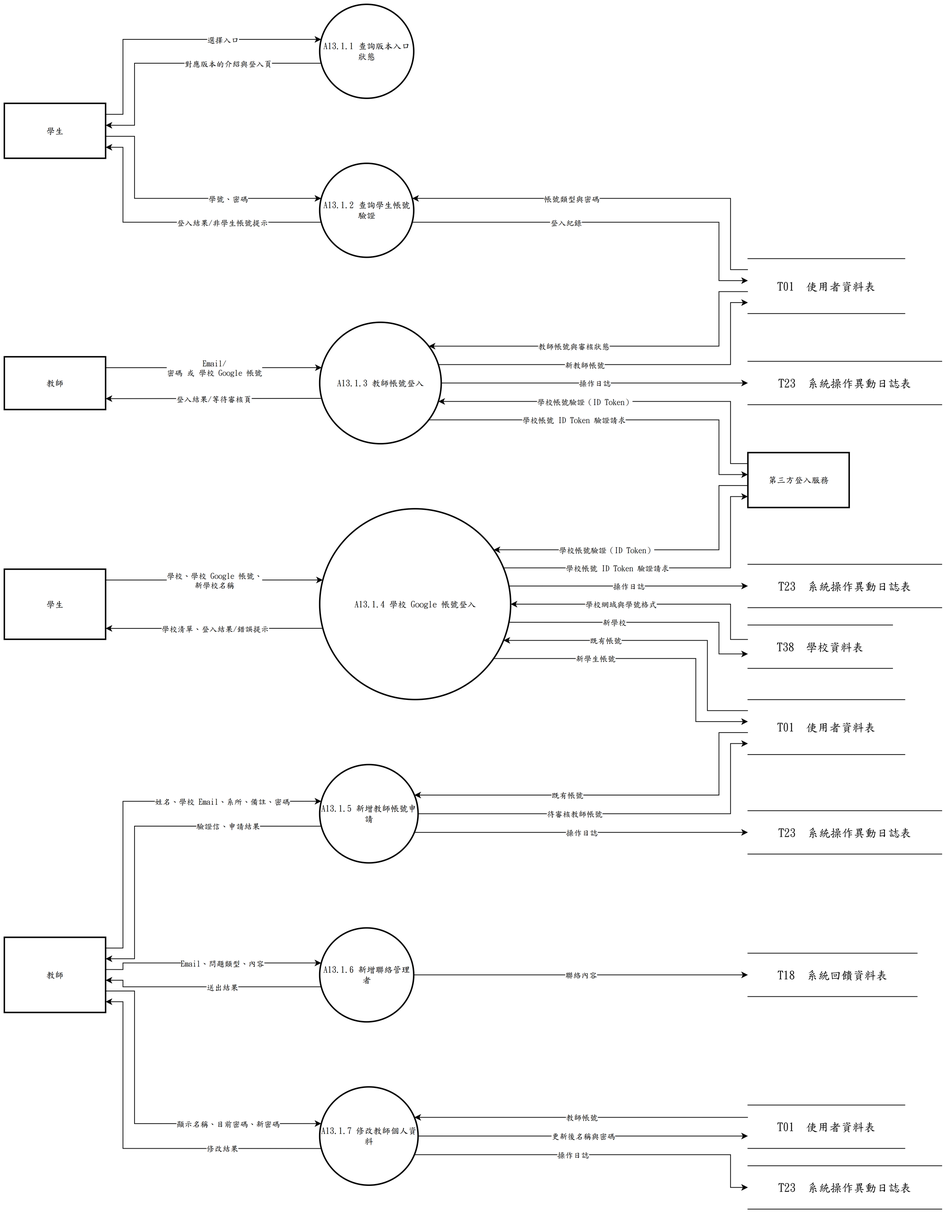
Above: 系統文件/第6章/DFD圖/圖13/圖13-1.drawio.png in s22452007/115502 (draw.io), before the change. Source tidied: cells renumbered, new cells last; positions are measured from the earlier drawing's top-left corner, leaving out a move shared by most shapes.
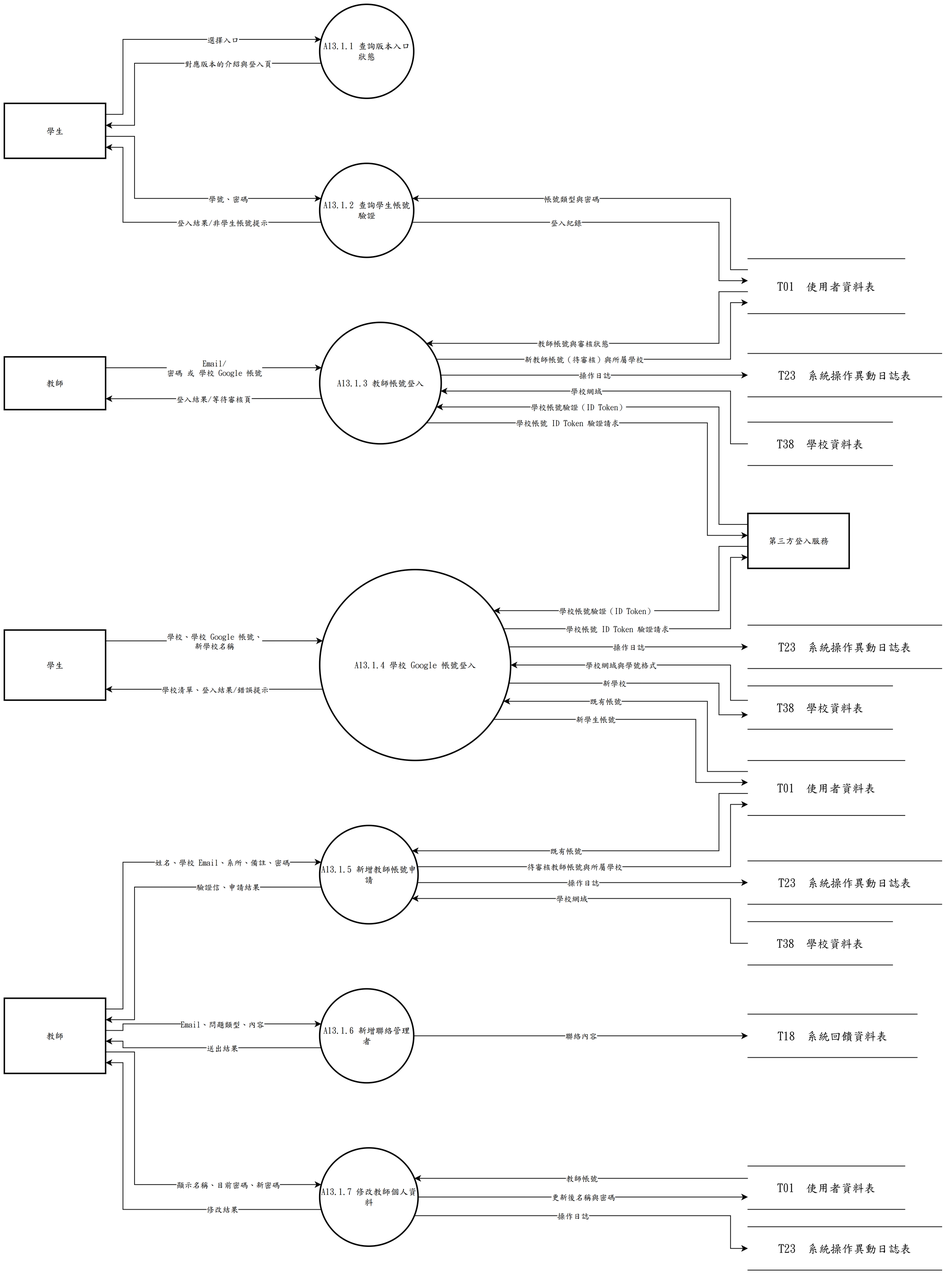
The same file after the commit.

Diff of the diagram source:
```diff
@@ -3,13 +3,13 @@
     <mxCell id="0" />
     <mxCell id="1" parent="0" />
     <mxCell id="2" value="A13.1.1 查詢版本入口狀態" style="ellipse;strokeWidth=2;whiteSpace=wrap;html=1;fontFamily=標楷體;" parent="1" vertex="1">
-      <mxGeometry x="436" width="130" height="130" as="geometry" />
+      <mxGeometry x="436" y="-84" width="130" height="130" as="geometry" />
     </mxCell>
     <mxCell id="3" value="A13.1.2 查詢學生帳號驗證" style="ellipse;strokeWidth=2;whiteSpace=wrap;html=1;fontFamily=標楷體;" parent="1" vertex="1">
-      <mxGeometry x="436" y="220" width="130" height="130" as="geometry" />
+      <mxGeometry x="436" y="136" width="130" height="130" as="geometry" />
     </mxCell>
     <mxCell id="4" value="A13.1.3 教師帳號登入" style="ellipse;strokeWidth=2;whiteSpace=wrap;html=1;fontFamily=標楷體;" parent="1" vertex="1">
-      <mxGeometry x="436" y="440" width="168" height="168" as="geometry" />
+      <mxGeometry x="436" y="356" width="168" height="168" as="geometry" />
     </mxCell>
     <mxCell id="5" value="A13.1.4 學校 Google 帳號登入" style="ellipse;strokeWidth=2;whiteSpace=wrap;html=1;fontFamily=標楷體;" parent="1" vertex="1">
       <mxGeometry x="436" y="698" width="264" height="264" as="geometry" />
@@ -24,10 +24,10 @@
       <mxGeometry x="436" y="1498" width="136" height="136" as="geometry" />
     </mxCell>
     <mxCell id="9" value="學生" style="whiteSpace=wrap;strokeWidth=2;html=1;fontFamily=標楷體;" parent="1" vertex="1">
-      <mxGeometry y="137" width="140" height="76" as="geometry" />
+      <mxGeometry y="53" width="140" height="76" as="geometry" />
     </mxCell>
     <mxCell id="10" value="教師" style="whiteSpace=wrap;strokeWidth=2;html=1;fontFamily=標楷體;" parent="1" vertex="1">
-      <mxGeometry y="487.7" width="140" height="73" as="geometry" />
+      <mxGeometry y="403.7" width="140" height="73" as="geometry" />
     </mxCell>
     <mxCell id="11" value="學生" style="whiteSpace=wrap;strokeWidth=2;html=1;fontFamily=標楷體;" parent="1" vertex="1">
       <mxGeometry y="781.6" width="140" height="97" as="geometry" />
@@ -36,7 +36,7 @@
       <mxGeometry y="1291" width="140" height="104" as="geometry" />
     </mxCell>
     <mxCell id="13" value="T01  使用者資料表" style="shape=partialRectangle;whiteSpace=wrap;html=1;left=0;right=0;fontFamily=標楷體;fontSize=16;" parent="1" vertex="1">
-      <mxGeometry x="1028" y="351.9" width="217" height="76" as="geometry" />
+      <mxGeometry x="1028" y="267.9" width="217" height="76" as="geometry" />
     </mxCell>
     <mxCell id="14" value="第三方登入服務" style="whiteSpace=wrap;strokeWidth=2;html=1;fontFamily=標楷體;" parent="1" vertex="1">
       <mxGeometry x="1028" y="620.3" width="140" height="76" as="geometry" />
@@ -45,16 +45,22 @@
       <mxGeometry x="1028" y="774.9" width="268" height="60" as="geometry" />
     </mxCell>
     <mxCell id="16" value="T23  系統操作異動日誌表" style="shape=partialRectangle;whiteSpace=wrap;html=1;left=0;right=0;fontFamily=標楷體;fontSize=16;" parent="1" vertex="1">
-      <mxGeometry x="1028" y="494" width="268" height="60" as="geometry" />
+      <mxGeometry x="1028" y="399" width="268" height="60" as="geometry" />
     </mxCell>
     <mxCell id="17" value="T38  學校資料表" style="shape=partialRectangle;whiteSpace=wrap;html=1;left=0;right=0;fontFamily=標楷體;fontSize=16;" parent="1" vertex="1">
       <mxGeometry x="1028" y="858.9" width="200" height="60" as="geometry" />
     </mxCell>
+    <mxCell id="93" value="T38  學校資料表" style="shape=partialRectangle;whiteSpace=wrap;html=1;left=0;right=0;fontFamily=標楷體;fontSize=16;" parent="1" vertex="1">
+      <mxGeometry x="1028" y="1185" width="200" height="60" as="geometry" />
+    </mxCell>
+    <mxCell id="94" value="T38  學校資料表" style="shape=partialRectangle;whiteSpace=wrap;html=1;left=0;right=0;fontFamily=標楷體;fontSize=16;" parent="1" vertex="1">
+      <mxGeometry x="1028" y="494" width="200" height="60" as="geometry" />
+    </mxCell>
     <mxCell id="18" value="T01  使用者資料表" style="shape=partialRectangle;whiteSpace=wrap;html=1;left=0;right=0;fontFamily=標楷體;fontSize=16;" parent="1" vertex="1">
       <mxGeometry x="1028" y="962.1" width="217" height="76" as="geometry" />
     </mxCell>
     <mxCell id="19" value="T23  系統操作異動日誌表" style="shape=partialRectangle;whiteSpace=wrap;html=1;left=0;right=0;fontFamily=標楷體;fontSize=16;" parent="1" vertex="1">
-      <mxGeometry x="1028" y="1115.8" width="268" height="60" as="geometry" />
+      <mxGeometry x="1028" y="1101" width="268" height="60" as="geometry" />
     </mxCell>
     <mxCell id="20" value="T18  系統回饋資料表" style="shape=partialRectangle;whiteSpace=wrap;html=1;left=0;right=0;fontFamily=標楷體;fontSize=16;" parent="1" vertex="1">
       <mxGeometry x="1028" y="1313" width="234" height="60" as="geometry" />
@@ -68,8 +74,8 @@
     <mxCell id="23" style="edgeStyle=none;rounded=0;html=1;fontFamily=標楷體;endArrow=classic;exitX=1.0000;exitY=0.2000;exitDx=0;exitDy=0;exitPerimeter=0;entryX=0.0163;entryY=0.3733;entryDx=0;entryDy=0;entryPerimeter=0;" parent="1" edge="1" source="9" target="2">
       <mxGeometry relative="1" as="geometry">
         <Array as="points">
-          <mxPoint x="164" y="152.2" />
-          <mxPoint x="164" y="48.5" />
+          <mxPoint x="164" y="68.2" />
+          <mxPoint x="164" y="-35.5" />
         </Array>
       </mxGeometry>
     </mxCell>
@@ -79,8 +85,8 @@
     <mxCell id="25" style="edgeStyle=none;rounded=0;html=1;fontFamily=標楷體;endArrow=classic;exitX=0.0163;exitY=0.6267;exitDx=0;exitDy=0;exitPerimeter=0;entryX=1.0000;entryY=0.4000;entryDx=0;entryDy=0;entryPerimeter=0;" parent="1" edge="1" source="2" target="9">
       <mxGeometry relative="1" as="geometry">
         <Array as="points">
-          <mxPoint x="180" y="81.5" />
-          <mxPoint x="180" y="167.4" />
+          <mxPoint x="180" y="-2.5" />
+          <mxPoint x="180" y="83.4" />
         </Array>
       </mxGeometry>
     </mxCell>
@@ -90,8 +96,8 @@
     <mxCell id="27" style="edgeStyle=none;rounded=0;html=1;fontFamily=標楷體;endArrow=classic;exitX=1.0000;exitY=0.6000;exitDx=0;exitDy=0;exitPerimeter=0;entryX=0.0163;entryY=0.3733;entryDx=0;entryDy=0;entryPerimeter=0;" parent="1" edge="1" source="9" target="3">
       <mxGeometry relative="1" as="geometry">
         <Array as="points">
-          <mxPoint x="180" y="182.6" />
-          <mxPoint x="180" y="268.5" />
+          <mxPoint x="180" y="98.6" />
+          <mxPoint x="180" y="184.5" />
         </Array>
       </mxGeometry>
     </mxCell>
@@ -101,8 +107,8 @@
     <mxCell id="29" style="edgeStyle=none;rounded=0;html=1;fontFamily=標楷體;endArrow=classic;exitX=0.0000;exitY=0.2000;exitDx=0;exitDy=0;exitPerimeter=0;entryX=0.9837;entryY=0.3733;entryDx=0;entryDy=0;entryPerimeter=0;" parent="1" edge="1" source="13" target="3">
       <mxGeometry relative="1" as="geometry">
         <Array as="points">
-          <mxPoint x="1004" y="367.1" />
-          <mxPoint x="1004" y="268.5" />
+          <mxPoint x="1004" y="283.1" />
+          <mxPoint x="1004" y="184.5" />
         </Array>
       </mxGeometry>
     </mxCell>
@@ -112,8 +118,8 @@
     <mxCell id="31" style="edgeStyle=none;rounded=0;html=1;fontFamily=標楷體;endArrow=classic;exitX=0.0163;exitY=0.6267;exitDx=0;exitDy=0;exitPerimeter=0;entryX=1.0000;entryY=0.8000;entryDx=0;entryDy=0;entryPerimeter=0;" parent="1" edge="1" source="3" target="9">
       <mxGeometry relative="1" as="geometry">
         <Array as="points">
-          <mxPoint x="164" y="301.5" />
-          <mxPoint x="164" y="197.8" />
+          <mxPoint x="164" y="217.5" />
+          <mxPoint x="164" y="113.8" />
         </Array>
       </mxGeometry>
     </mxCell>
@@ -123,8 +129,8 @@
     <mxCell id="33" style="edgeStyle=none;rounded=0;html=1;fontFamily=標楷體;endArrow=classic;exitX=0.9837;exitY=0.6267;exitDx=0;exitDy=0;exitPerimeter=0;entryX=0.0000;entryY=0.4000;entryDx=0;entryDy=0;entryPerimeter=0;" parent="1" edge="1" source="3" target="13">
       <mxGeometry relative="1" as="geometry">
         <Array as="points">
-          <mxPoint x="988" y="301.5" />
-          <mxPoint x="988" y="382.3" />
+          <mxPoint x="988" y="217.5" />
+          <mxPoint x="988" y="298.3" />
         </Array>
       </mxGeometry>
     </mxCell>
@@ -137,22 +143,22 @@
     <mxCell id="36" value="Email/&lt;br&gt;密碼 或 學校 Google 帳號" style="edgeLabel;html=1;align=center;verticalAlign=middle;fontFamily=標楷體;" parent="35" vertex="1">
       <mxGeometry relative="1" as="geometry" />
     </mxCell>
-    <mxCell id="37" style="edgeStyle=none;rounded=0;html=1;fontFamily=標楷體;endArrow=classic;exitX=0.0000;exitY=0.2000;exitDx=0;exitDy=0;exitPerimeter=0;entryX=0.9764;entryY=0.6518;entryDx=0;entryDy=0;entryPerimeter=0;" parent="1" edge="1" source="14" target="4">
+    <mxCell id="37" style="edgeStyle=none;rounded=0;html=1;fontFamily=標楷體;endArrow=classic;exitX=0.0000;exitY=0.2000;exitDx=0;exitDy=0;exitPerimeter=0;entryX=0.9598;entryY=0.6964;entryDx=0;entryDy=0;entryPerimeter=0;" parent="1" edge="1" source="14" target="4">
       <mxGeometry relative="1" as="geometry">
         <Array as="points">
-          <mxPoint x="1004" y="635.5" />
-          <mxPoint x="1004" y="549.5" />
+          <mxPoint x="988" y="635.5" />
+          <mxPoint x="988" y="473" />
         </Array>
       </mxGeometry>
     </mxCell>
     <mxCell id="38" value="學校帳號驗證（ID Token）" style="edgeLabel;html=1;align=center;verticalAlign=middle;fontFamily=標楷體;" parent="37" vertex="1">
-      <mxGeometry x="0.21" relative="1" as="geometry" />
+      <mxGeometry x="0.34" relative="1" as="geometry" />
     </mxCell>
-    <mxCell id="39" style="edgeStyle=none;rounded=0;html=1;fontFamily=標楷體;endArrow=classic;exitX=0.0000;exitY=0.6000;exitDx=0;exitDy=0;exitPerimeter=0;entryX=0.8973;entryY=0.1964;entryDx=0;entryDy=0;entryPerimeter=0;" parent="1" edge="1" source="13" target="4">
+    <mxCell id="39" style="edgeStyle=none;rounded=0;html=1;fontFamily=標楷體;endArrow=classic;exitX=0.0000;exitY=0.6000;exitDx=0;exitDy=0;exitPerimeter=0;entryX=0.8779;entryY=0.1726;entryDx=0;entryDy=0;entryPerimeter=0;" parent="1" edge="1" source="13" target="4">
       <mxGeometry relative="1" as="geometry">
         <Array as="points">
-          <mxPoint x="988" y="397.5" />
-          <mxPoint x="988" y="473" />
+          <mxPoint x="988" y="313.5" />
+          <mxPoint x="988" y="385" />
         </Array>
       </mxGeometry>
     </mxCell>
@@ -165,27 +171,27 @@
     <mxCell id="42" value="登入結果/等待審核頁" style="edgeLabel;html=1;align=center;verticalAlign=middle;fontFamily=標楷體;" parent="41" vertex="1">
       <mxGeometry relative="1" as="geometry" />
     </mxCell>
-    <mxCell id="43" style="edgeStyle=none;rounded=0;html=1;fontFamily=標楷體;endArrow=classic;exitX=0.8973;exitY=0.8036;exitDx=0;exitDy=0;exitPerimeter=0;entryX=0.0000;entryY=0.4000;entryDx=0;entryDy=0;entryPerimeter=0;" parent="1" edge="1" source="4" target="14">
+    <mxCell id="43" style="edgeStyle=none;rounded=0;html=1;fontFamily=標楷體;endArrow=classic;exitX=0.8779;exitY=0.8274;exitDx=0;exitDy=0;exitPerimeter=0;entryX=0.0000;entryY=0.4000;entryDx=0;entryDy=0;entryPerimeter=0;" parent="1" edge="1" source="4" target="14">
       <mxGeometry relative="1" as="geometry">
         <Array as="points">
-          <mxPoint x="988" y="575" />
-          <mxPoint x="988" y="650.7" />
+          <mxPoint x="972" y="495" />
+          <mxPoint x="972" y="650.7" />
         </Array>
       </mxGeometry>
     </mxCell>
     <mxCell id="44" value="學校帳號 ID Token 驗證請求" style="edgeLabel;html=1;align=center;verticalAlign=middle;fontFamily=標楷體;" parent="43" vertex="1">
-      <mxGeometry x="-0.22" relative="1" as="geometry" />
+      <mxGeometry x="-0.35" relative="1" as="geometry" />
     </mxCell>
-    <mxCell id="45" style="edgeStyle=none;rounded=0;html=1;fontFamily=標楷體;endArrow=classic;exitX=0.9764;exitY=0.3482;exitDx=0;exitDy=0;exitPerimeter=0;entryX=0.0000;entryY=0.8000;entryDx=0;entryDy=0;entryPerimeter=0;" parent="1" edge="1" source="4" target="13">
+    <mxCell id="45" style="edgeStyle=none;rounded=0;html=1;fontFamily=標楷體;endArrow=classic;exitX=0.9598;exitY=0.3036;exitDx=0;exitDy=0;exitPerimeter=0;entryX=0.0000;entryY=0.8000;entryDx=0;entryDy=0;entryPerimeter=0;" parent="1" edge="1" source="4" target="13">
       <mxGeometry relative="1" as="geometry">
         <Array as="points">
-          <mxPoint x="1004" y="498.5" />
-          <mxPoint x="1004" y="412.7" />
+          <mxPoint x="1004" y="407" />
+          <mxPoint x="1004" y="328.7" />
         </Array>
       </mxGeometry>
     </mxCell>
-    <mxCell id="46" value="新教師帳號" style="edgeLabel;html=1;align=center;verticalAlign=middle;fontFamily=標楷體;" parent="45" vertex="1">
-      <mxGeometry x="-0.21" relative="1" as="geometry" />
+    <mxCell id="46" value="新教師帳號（待審核）與所屬學校" style="edgeLabel;html=1;align=center;verticalAlign=middle;fontFamily=標楷體;" parent="45" vertex="1">
+      <mxGeometry x="-0.2" relative="1" as="geometry" />
     </mxCell>
     <mxCell id="47" style="edgeStyle=none;rounded=0;html=1;fontFamily=標楷體;endArrow=classic;exitX=1.0000;exitY=0.1548;exitDx=0;exitDy=0;exitPerimeter=0;entryX=0.0163;entryY=0.3733;entryDx=0;entryDy=0;entryPerimeter=0;" parent="1" edge="1" source="11" target="5">
       <mxGeometry relative="1" as="geometry" />
@@ -282,16 +288,16 @@
     <mxCell id="66" value="姓名、學校 Email、系所、備註、密碼" style="edgeLabel;html=1;align=center;verticalAlign=middle;fontFamily=標楷體;" parent="65" vertex="1">
       <mxGeometry x="0.45" relative="1" as="geometry" />
     </mxCell>
-    <mxCell id="67" style="edgeStyle=none;rounded=0;html=1;fontFamily=標楷體;endArrow=classic;exitX=0.0000;exitY=0.6000;exitDx=0;exitDy=0;exitPerimeter=0;entryX=0.9625;entryY=0.3100;entryDx=0;entryDy=0;entryPerimeter=0;" parent="1" edge="1" source="18" target="6">
+    <mxCell id="67" style="edgeStyle=none;rounded=0;html=1;fontFamily=標楷體;endArrow=classic;exitX=0.0000;exitY=0.6000;exitDx=0;exitDy=0;exitPerimeter=0;entryX=0.9372;entryY=0.2574;entryDx=0;entryDy=0;entryPerimeter=0;" parent="1" edge="1" source="18" target="6">
       <mxGeometry relative="1" as="geometry">
         <Array as="points">
           <mxPoint x="988" y="1007.7" />
-          <mxPoint x="988" y="1094.2" />
+          <mxPoint x="988" y="1087" />
         </Array>
       </mxGeometry>
     </mxCell>
     <mxCell id="68" value="既有帳號" style="edgeLabel;html=1;align=center;verticalAlign=middle;fontFamily=標楷體;" parent="67" vertex="1">
-      <mxGeometry x="0.23" relative="1" as="geometry" />
+      <mxGeometry x="0.22" relative="1" as="geometry" />
     </mxCell>
     <mxCell id="69" style="edgeStyle=none;rounded=0;html=1;fontFamily=標楷體;endArrow=classic;exitX=0.0163;exitY=0.6267;exitDx=0;exitDy=0;exitPerimeter=0;entryX=1.0000;entryY=0.2857;entryDx=0;entryDy=0;entryPerimeter=0;" parent="1" edge="1" source="6" target="12">
       <mxGeometry relative="1" as="geometry">
@@ -304,18 +310,18 @@
     <mxCell id="70" value="驗證信、申請結果" style="edgeLabel;html=1;align=center;verticalAlign=middle;fontFamily=標楷體;" parent="69" vertex="1">
       <mxGeometry x="-0.46" relative="1" as="geometry" />
     </mxCell>
-    <mxCell id="71" style="edgeStyle=none;rounded=0;html=1;fontFamily=標楷體;endArrow=classic;exitX=1.0000;exitY=0.5000;exitDx=0;exitDy=0;exitPerimeter=0;entryX=0.0000;entryY=0.8000;entryDx=0;entryDy=0;entryPerimeter=0;" parent="1" edge="1" source="6" target="18">
+    <mxCell id="71" style="edgeStyle=none;rounded=0;html=1;fontFamily=標楷體;endArrow=classic;exitX=0.9934;exitY=0.4191;exitDx=0;exitDy=0;exitPerimeter=0;entryX=0.0000;entryY=0.8000;entryDx=0;entryDy=0;entryPerimeter=0;" parent="1" edge="1" source="6" target="18">
       <mxGeometry relative="1" as="geometry">
         <Array as="points">
-          <mxPoint x="1004" y="1120" />
+          <mxPoint x="1004" y="1109" />
           <mxPoint x="1004" y="1022.9" />
         </Array>
       </mxGeometry>
     </mxCell>
-    <mxCell id="72" value="待審核教師帳號" style="edgeLabel;html=1;align=center;verticalAlign=middle;fontFamily=標楷體;" parent="71" vertex="1">
-      <mxGeometry x="-0.22" relative="1" as="geometry" />
+    <mxCell id="72" value="待審核教師帳號與所屬學校" style="edgeLabel;html=1;align=center;verticalAlign=middle;fontFamily=標楷體;" parent="71" vertex="1">
+      <mxGeometry x="-0.2" relative="1" as="geometry" />
     </mxCell>
-    <mxCell id="73" style="edgeStyle=none;rounded=0;html=1;fontFamily=標楷體;endArrow=classic;exitX=0.9625;exitY=0.6900;exitDx=0;exitDy=0;exitPerimeter=0;entryX=0.0000;entryY=0.5000;entryDx=0;entryDy=0;entryPerimeter=0;" parent="1" edge="1" source="6" target="19">
+    <mxCell id="73" style="edgeStyle=none;rounded=0;html=1;fontFamily=標楷體;endArrow=classic;exitX=0.9934;exitY=0.5809;exitDx=0;exitDy=0;exitPerimeter=0;entryX=0.0000;entryY=0.5000;entryDx=0;entryDy=0;entryPerimeter=0;" parent="1" edge="1" source="6" target="19">
       <mxGeometry relative="1" as="geometry" />
     </mxCell>
     <mxCell id="74" value="操作日誌" style="edgeLabel;html=1;align=center;verticalAlign=middle;fontFamily=標楷體;" parent="73" vertex="1">
@@ -394,11 +400,33 @@
     <mxCell id="90" value="操作日誌" style="edgeLabel;html=1;align=center;verticalAlign=middle;fontFamily=標楷體;" parent="89" vertex="1">
       <mxGeometry x="-0.14" relative="1" as="geometry" />
     </mxCell>
-    <mxCell id="91" style="edgeStyle=none;rounded=0;html=1;fontFamily=標楷體;endArrow=classic;exitX=1.0000;exitY=0.5000;exitDx=0;exitDy=0;exitPerimeter=0;entryX=0.0000;entryY=0.5000;entryDx=0;entryDy=0;entryPerimeter=0;" parent="1" edge="1" source="4" target="16">
+    <mxCell id="91" style="edgeStyle=none;rounded=0;html=1;fontFamily=標楷體;endArrow=classic;exitX=0.9957;exitY=0.4345;exitDx=0;exitDy=0;exitPerimeter=0;entryX=0.0000;entryY=0.5000;entryDx=0;entryDy=0;entryPerimeter=0;" parent="1" edge="1" source="4" target="16">
       <mxGeometry relative="1" as="geometry" />
     </mxCell>
     <mxCell id="92" value="操作日誌" style="edgeLabel;html=1;align=center;verticalAlign=middle;fontFamily=標楷體;" parent="91" vertex="1">
       <mxGeometry relative="1" as="geometry" />
     </mxCell>
+    <mxCell id="95" style="edgeStyle=none;rounded=0;html=1;fontFamily=標楷體;endArrow=classic;exitX=0.0000;exitY=0.5000;exitDx=0;exitDy=0;exitPerimeter=0;entryX=0.9957;entryY=0.5655;entryDx=0;entryDy=0;entryPerimeter=0;" parent="1" edge="1" source="94" target="4">
+      <mxGeometry relative="1" as="geometry">
+        <Array as="points">
+          <mxPoint x="1004" y="524" />
+          <mxPoint x="1004" y="451" />
+        </Array>
+      </mxGeometry>
+    </mxCell>
+    <mxCell id="96" value="學校網域" style="edgeLabel;html=1;align=center;verticalAlign=middle;fontFamily=標楷體;" parent="95" vertex="1">
+      <mxGeometry x="0.2" relative="1" as="geometry" />
+    </mxCell>
+    <mxCell id="97" style="edgeStyle=none;rounded=0;html=1;fontFamily=標楷體;endArrow=classic;exitX=0.0000;exitY=0.5000;exitDx=0;exitDy=0;exitPerimeter=0;entryX=0.9372;entryY=0.7426;entryDx=0;entryDy=0;entryPerimeter=0;" parent="1" edge="1" source="93" target="6">
+      <mxGeometry relative="1" as="geometry">
+        <Array as="points">
+          <mxPoint x="1004" y="1215" />
+          <mxPoint x="1004" y="1153" />
+        </Array>
+      </mxGeometry>
+    </mxCell>
+    <mxCell id="98" value="學校網域" style="edgeLabel;html=1;align=center;verticalAlign=middle;fontFamily=標楷體;" parent="97" vertex="1">
+      <mxGeometry x="0.16" relative="1" as="geometry" />
+    </mxCell>
   </root>
 </mxGraphModel>
```
